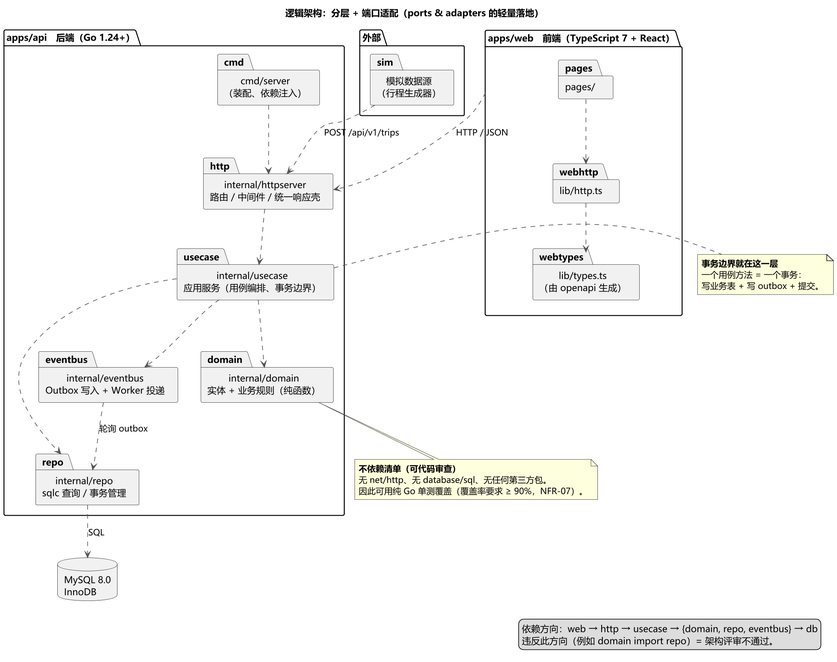
Earlier version of the PlantUML export docs/uml/out/图2-2 系统逻辑架构 包图.png (chiyan11/green-travel-points).
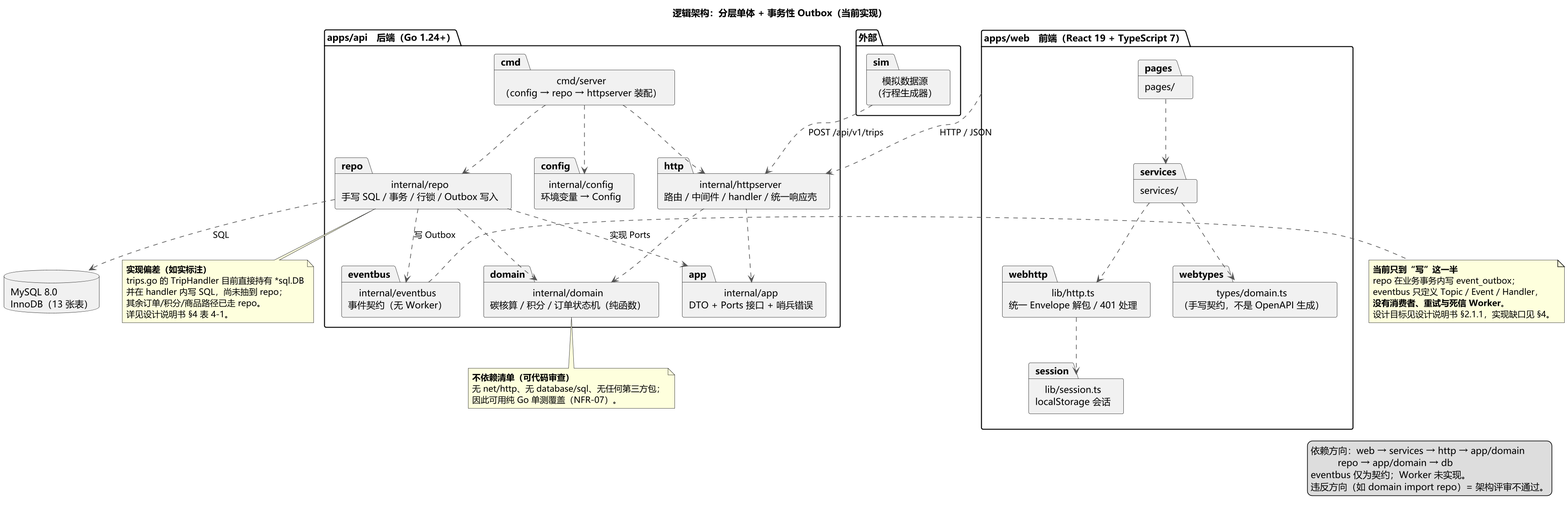
The same diagram one commit later.

Change to the diagram source:
```diff
@@ -6,58 +6,76 @@
 skinparam packageStyle folder
 skinparam ArrowColor #555555
 
-title 逻辑架构：分层 + 端口适配（ports & adapters 的轻量落地）
+title 逻辑架构：分层单体 + 事务性 Outbox（当前实现）
 
-package "apps/web　前端（TypeScript 7 + React）" as web {
+package "apps/web　前端（React 19 + TypeScript 7）" as web {
   package "pages/" as pages
-  package "lib/http.ts" as webhttp
-  package "lib/types.ts\n（由 openapi 生成）" as webtypes
+  package "services/" as services
+  package "lib/http.ts\n统一 Envelope 解包 / 401 处理" as webhttp
+  package "lib/session.ts\nlocalStorage 会话" as session
+  package "types/domain.ts\n（手写契约，不是 OpenAPI 生成）" as webtypes
 }
 
 package "apps/api　后端（Go 1.24+）" as api {
-  package "cmd/server\n（装配、依赖注入）" as cmd
-
-  package "internal/httpserver\n路由 / 中间件 / 统一响应壳" as http
-  package "internal/usecase\n应用服务（用例编排、事务边界）" as usecase
-  package "internal/domain\n实体 + 业务规则（纯函数）" as domain
-  package "internal/repo\nsqlc 查询 / 事务管理" as repo
-  package "internal/eventbus\nOutbox 写入 + Worker 投递" as eventbus
+  package "cmd/server\n（config → repo → httpserver 装配）" as cmd
+  package "internal/httpserver\n路由 / 中间件 / handler / 统一响应壳" as http
+  package "internal/app\nDTO + Ports 接口 + 哨兵错误" as app
+  package "internal/domain\n碳核算 / 积分 / 订单状态机（纯函数）" as domain
+  package "internal/repo\n手写 SQL / 事务 / 行锁 / Outbox 写入" as repo
+  package "internal/eventbus\n事件契约（无 Worker）" as eventbus
+  package "internal/config\n环境变量 → Config" as config
 }
 
-database "MySQL 8.0\nInnoDB" as db
+database "MySQL 8.0\nInnoDB（13 张表）" as db
 
 package "外部" as ext {
   package "模拟数据源\n（行程生成器）" as sim
 }
 
+pages ..> services
+services ..> webhttp
+services ..> webtypes
+webhttp ..> session
 web ..> http : HTTP / JSON
-pages ..> webhttp
-webhttp ..> webtypes
 
 cmd ..> http
-http ..> usecase
-usecase ..> domain
-usecase ..> repo
-usecase ..> eventbus
+cmd ..> repo
+cmd ..> config
+http ..> app
+http ..> domain
+repo ..> app : 实现 Ports
+repo ..> domain
+repo ..> eventbus : 写 Outbox
 repo ..> db : SQL
-eventbus ..> repo : 轮询 outbox
 sim ..> http : POST /api/v1/trips
 
 note bottom of domain
   **不依赖清单（可代码审查）**
-  无 net/http、无 database/sql、无任何第三方包。
-  因此可用纯 Go 单测覆盖（覆盖率要求 ≥ 90%，NFR-07）。
+  无 net/http、无 database/sql、无任何第三方包；
+  因此可用纯 Go 单测覆盖（NFR-07）。
 end note
 
-note right of usecase
-  **事务边界就在这一层**
-  一个用例方法 = 一个事务：
-  写业务表 + 写 outbox + 提交。
+note right of eventbus
+  **当前只到“写”这一半**
+  repo 在业务事务内写 event_outbox；
+  eventbus 只定义 Topic / Event / Handler，
+  **没有消费者、重试与死信 Worker**。
+  设计目标见设计说明书 §2.1.1，实现缺口见 §4。
+end note
+
+note bottom of repo
+  **实现偏差（如实标注）**
+  trips.go 的 TripHandler 目前直接持有 *sql.DB
+  并在 handler 内写 SQL，尚未抽到 repo；
+  其余订单/积分/商品路径已走 repo。
+  详见设计说明书 §4 表 4-1。
 end note
 
 legend right
-  依赖方向：web → http → usecase → {domain, repo, eventbus} → db
-  违反此方向（例如 domain import repo）= 架构评审不通过。
+  依赖方向：web → services → http → app/domain
+            repo → app/domain → db
+  eventbus 仅为契约；Worker 未实现。
+  违反方向（如 domain import repo）= 架构评审不通过。
 endlegend
 
 @enduml
```
